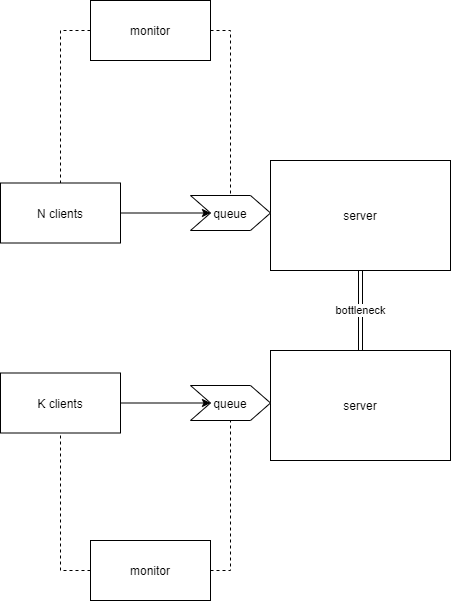
The draw.io diagram scenario_2.png in jazzsewera/mops-projekt, before a commit. Source tidied: cells renumbered, new cells last; positions are measured from the earlier drawing's top-left corner, leaving out a move shared by most shapes.
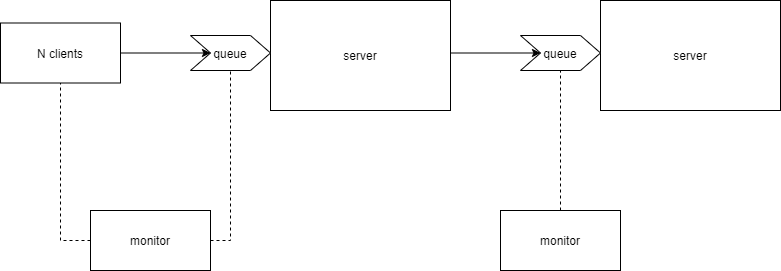
After the commit.

Commit message:
Change bottleneck to parking lot

Diff of the diagram source:
```diff
@@ -3,69 +3,56 @@
     <mxCell id="0" />
     <mxCell id="1" parent="0" />
     <mxCell id="2" value="server" style="rounded=0;whiteSpace=wrap;html=1;" parent="1" vertex="1">
-      <mxGeometry x="270" y="160" width="180" height="110" as="geometry" />
+      <mxGeometry x="170" y="120" width="180" height="110" as="geometry" />
     </mxCell>
     <mxCell id="3" value="queue" style="shape=step;perimeter=stepPerimeter;whiteSpace=wrap;html=1;fixedSize=1;" parent="1" vertex="1">
-      <mxGeometry x="190" y="195" width="80" height="35" as="geometry" />
+      <mxGeometry x="90" y="155" width="80" height="35" as="geometry" />
     </mxCell>
     <mxCell id="4" style="edgeStyle=orthogonalEdgeStyle;rounded=0;jettySize=auto;html=1;entryX=0;entryY=0.5;entryDx=0;entryDy=0;" parent="1" edge="1" target="3">
       <mxGeometry relative="1" as="geometry">
-        <mxPoint x="120" y="212.5" as="sourcePoint" />
+        <mxPoint x="20" y="172.5" as="sourcePoint" />
       </mxGeometry>
     </mxCell>
     <mxCell id="5" value="N clients" style="rounded=0;whiteSpace=wrap;html=1;" parent="1" vertex="1">
-      <mxGeometry y="182.5" width="120" height="60" as="geometry" />
+      <mxGeometry x="-100" y="142.5" width="120" height="60" as="geometry" />
     </mxCell>
     <mxCell id="6" style="edgeStyle=orthogonalEdgeStyle;rounded=0;jettySize=auto;html=1;endArrow=none;endFill=0;dashed=1;" parent="1" edge="1" source="8" target="5">
       <mxGeometry relative="1" as="geometry">
         <Array as="points">
-          <mxPoint x="60" y="30" />
+          <mxPoint x="-40" y="360" />
         </Array>
       </mxGeometry>
     </mxCell>
     <mxCell id="7" style="edgeStyle=orthogonalEdgeStyle;rounded=0;jettySize=auto;html=1;dashed=1;endArrow=none;endFill=0;" parent="1" edge="1" source="8" target="3">
       <mxGeometry relative="1" as="geometry">
         <Array as="points">
-          <mxPoint x="230" y="30" />
+          <mxPoint x="130" y="360" />
         </Array>
       </mxGeometry>
     </mxCell>
     <mxCell id="8" value="monitor" style="rounded=0;whiteSpace=wrap;html=1;" parent="1" vertex="1">
-      <mxGeometry x="90" width="120" height="60" as="geometry" />
+      <mxGeometry x="-10" y="330" width="120" height="60" as="geometry" />
     </mxCell>
-    <mxCell id="9" value="bottleneck" style="edgeStyle=orthogonalEdgeStyle;rounded=0;jettySize=auto;html=1;endArrow=none;endFill=0;shape=link;" parent="1" edge="1" source="10" target="2">
-      <mxGeometry relative="1" as="geometry" />
-    </mxCell>
     <mxCell id="10" value="server" style="rounded=0;whiteSpace=wrap;html=1;" parent="1" vertex="1">
-      <mxGeometry x="270" y="350" width="180" height="110" as="geometry" />
+      <mxGeometry x="500" y="120" width="180" height="110" as="geometry" />
     </mxCell>
     <mxCell id="11" value="queue" style="shape=step;perimeter=stepPerimeter;whiteSpace=wrap;html=1;fixedSize=1;" parent="1" vertex="1">
-      <mxGeometry x="190" y="385" width="80" height="35" as="geometry" />
+      <mxGeometry x="420" y="155" width="80" height="35" as="geometry" />
     </mxCell>
     <mxCell id="12" style="edgeStyle=orthogonalEdgeStyle;rounded=0;jettySize=auto;html=1;entryX=0;entryY=0.5;entryDx=0;entryDy=0;" parent="1" edge="1" target="11">
       <mxGeometry relative="1" as="geometry">
-        <mxPoint x="120" y="402.5" as="sourcePoint" />
+        <mxPoint x="350" y="172.5" as="sourcePoint" />
       </mxGeometry>
     </mxCell>
-    <mxCell id="13" value="K clients" style="rounded=0;whiteSpace=wrap;html=1;" parent="1" vertex="1">
-      <mxGeometry y="372.5" width="120" height="60" as="geometry" />
-    </mxCell>
-    <mxCell id="14" style="edgeStyle=orthogonalEdgeStyle;rounded=0;jettySize=auto;html=1;entryX=0.5;entryY=1;entryDx=0;entryDy=0;dashed=1;endArrow=none;endFill=0;" parent="1" edge="1" source="16" target="13">
-      <mxGeometry relative="1" as="geometry">
-        <Array as="points">
-          <mxPoint x="60" y="570" />
-        </Array>
-      </mxGeometry>
-    </mxCell>
     <mxCell id="15" style="edgeStyle=orthogonalEdgeStyle;rounded=0;jettySize=auto;html=1;entryX=0.5;entryY=1;entryDx=0;entryDy=0;dashed=1;endArrow=none;endFill=0;" parent="1" edge="1" source="16" target="11">
       <mxGeometry relative="1" as="geometry">
         <Array as="points">
-          <mxPoint x="230" y="570" />
+          <mxPoint x="460" y="340" />
         </Array>
       </mxGeometry>
     </mxCell>
     <mxCell id="16" value="monitor" style="rounded=0;whiteSpace=wrap;html=1;" parent="1" vertex="1">
-      <mxGeometry x="90" y="540" width="120" height="60" as="geometry" />
+      <mxGeometry x="400" y="330" width="120" height="60" as="geometry" />
     </mxCell>
   </root>
 </mxGraphModel>
```
